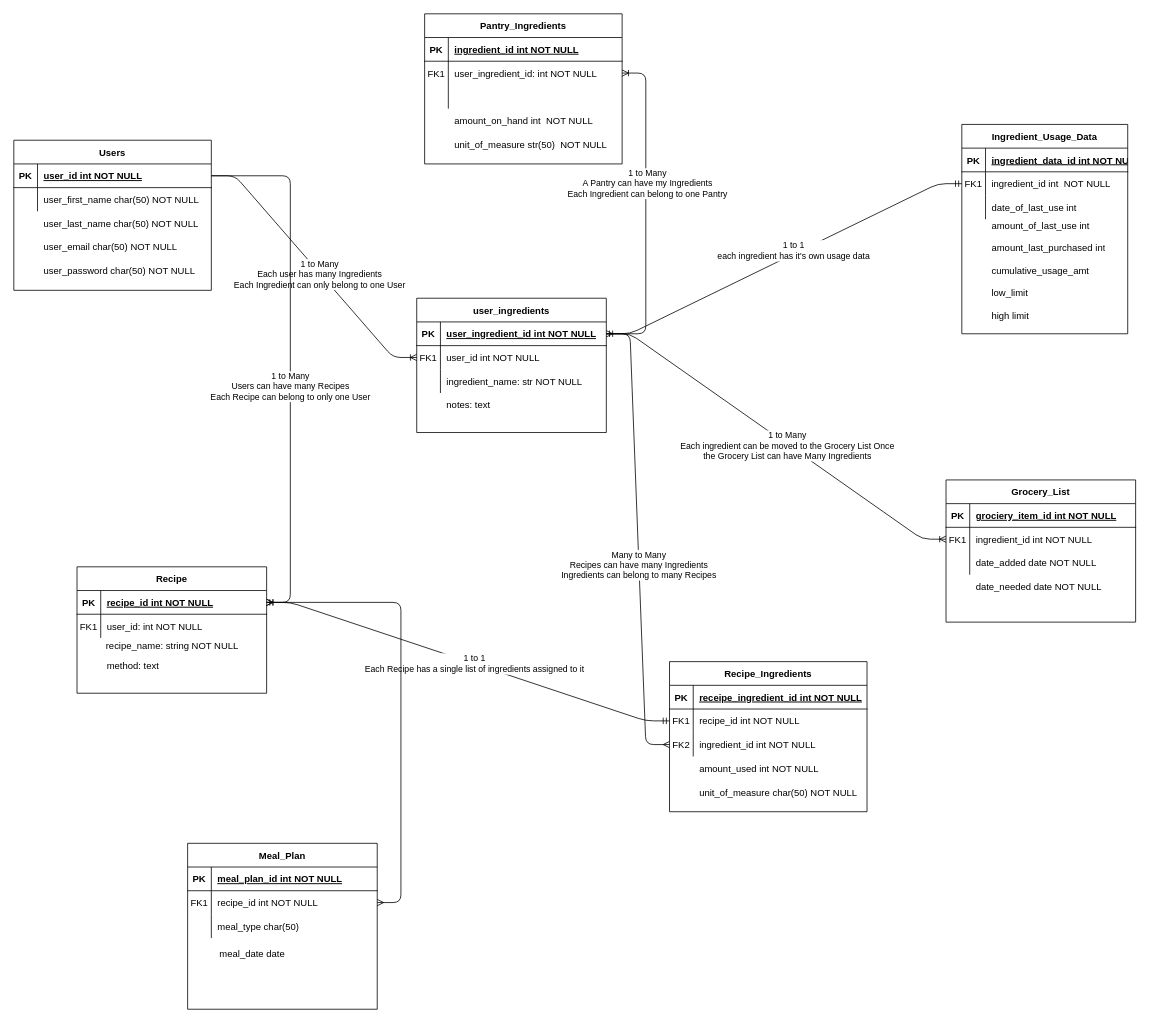
The draw.io diagram pantryDatabase2.drawio in kstambaugh/pantryApp, before the edit. Source tidied: cells renumbered, new cells numbered last; positions are measured from the earlier drawing's top-left corner, leaving out a move shared by most shapes. Both pictures are drawn from the tidied source at 79%, with x=0, y=0 at pixel (13, 13).
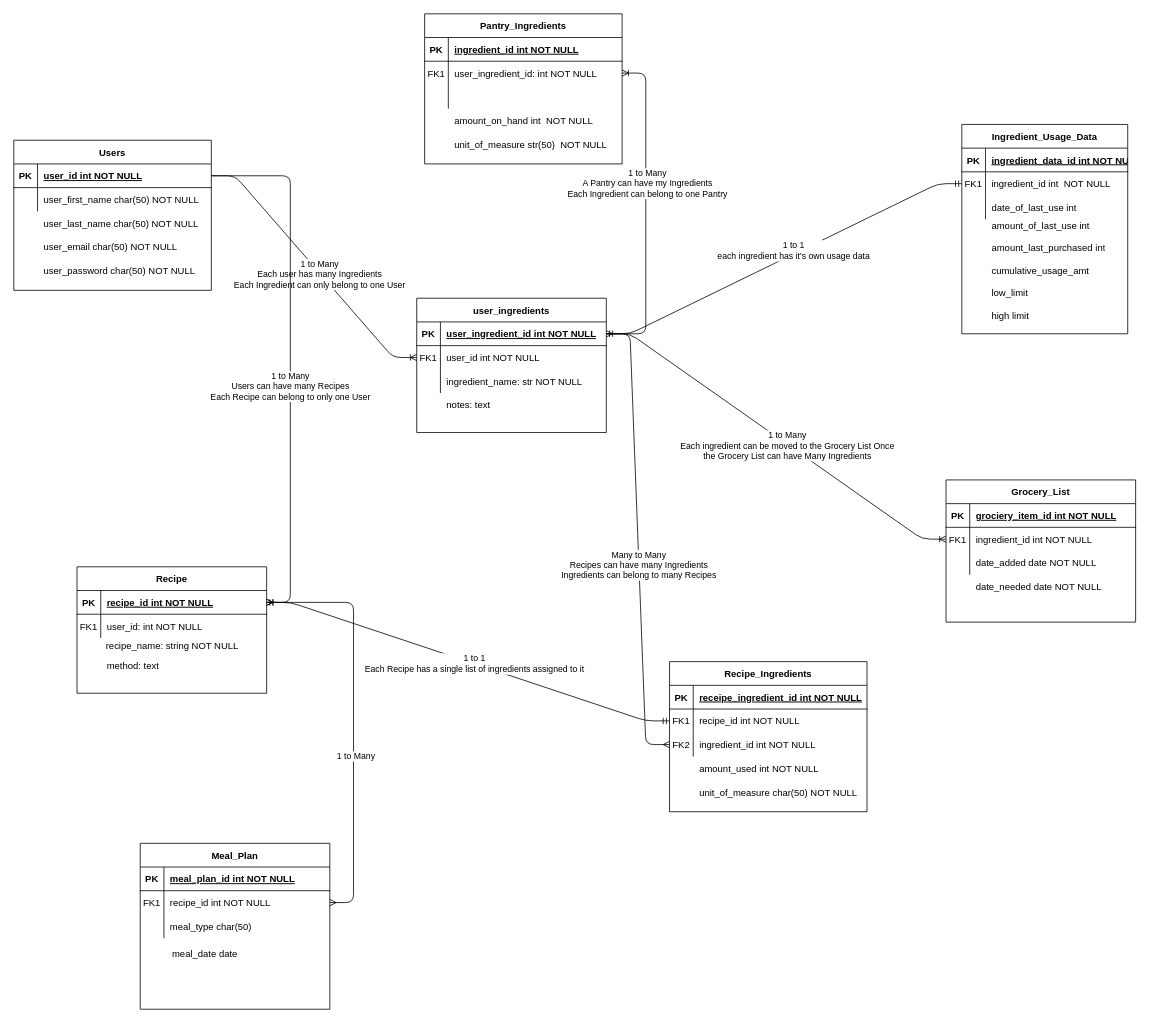
The same diagram, later.

The change refers to these unchanged cells:
```xml
<mxCell id="116" style="edgeStyle=entityRelationEdgeStyle;fontSize=12;html=1;endArrow=ERmany;startArrow=ERmany;" parent="1" edge="1" source="109" target="45">
  <mxGeometry relative="1" as="geometry" />
</mxCell>
```

Diff of the diagram source:
```diff
@@
     <mxCell id="104" style="group;" parent="1" vertex="1">
-      <mxGeometry x="220" y="1050" width="240" height="210" as="geometry" />
+      <mxGeometry x="160" y="1050" width="240" height="210" as="geometry" />
     </mxCell>
@@
+    <mxCell id="117" value="1 to Many" style="edgeLabel;html=1;align=center;verticalAlign=middle;" parent="116" vertex="1">
+      <mxGeometry x="-0.17" y="-2" relative="1" as="geometry" />
+    </mxCell>
```
